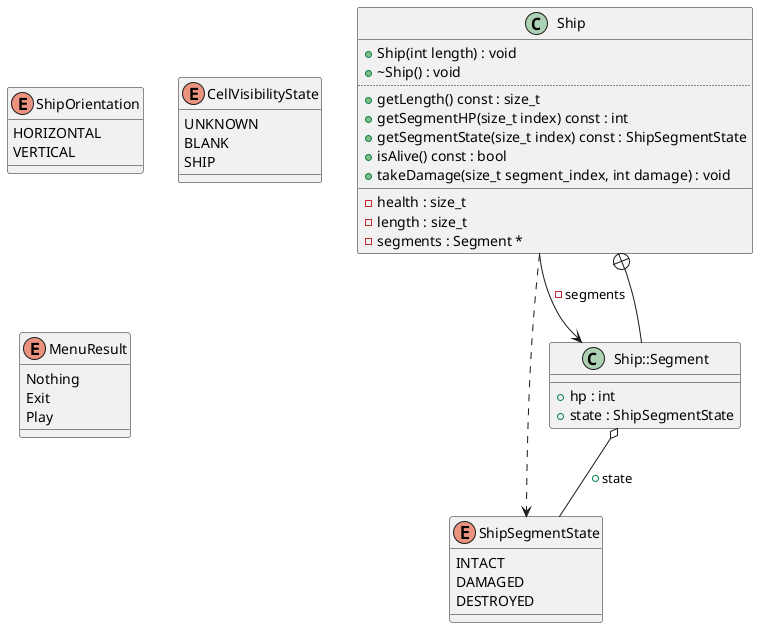
The PlantUML diagram diagrams/Ship.png in Rennelv/ships, before a commit.
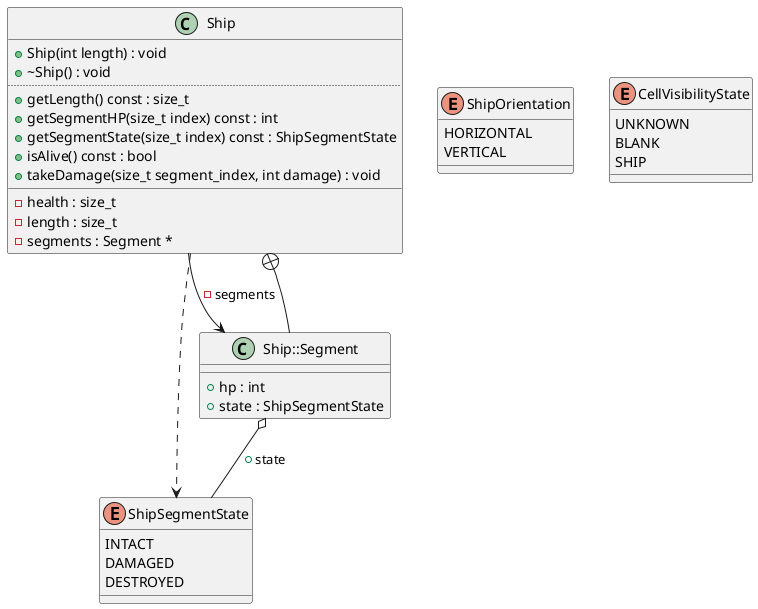
After the commit.

Diff of the diagram source:
```diff
@@ -15,12 +15,6 @@
 UNKNOWN
 BLANK
 SHIP
-}
-enum "MenuResult" as C_0000336692914646176741
-enum C_0000336692914646176741 {
-Nothing
-Exit
-Play
 }
 class "Ship" as C_0014529657433315016423
 class C_0014529657433315016423 {
```
